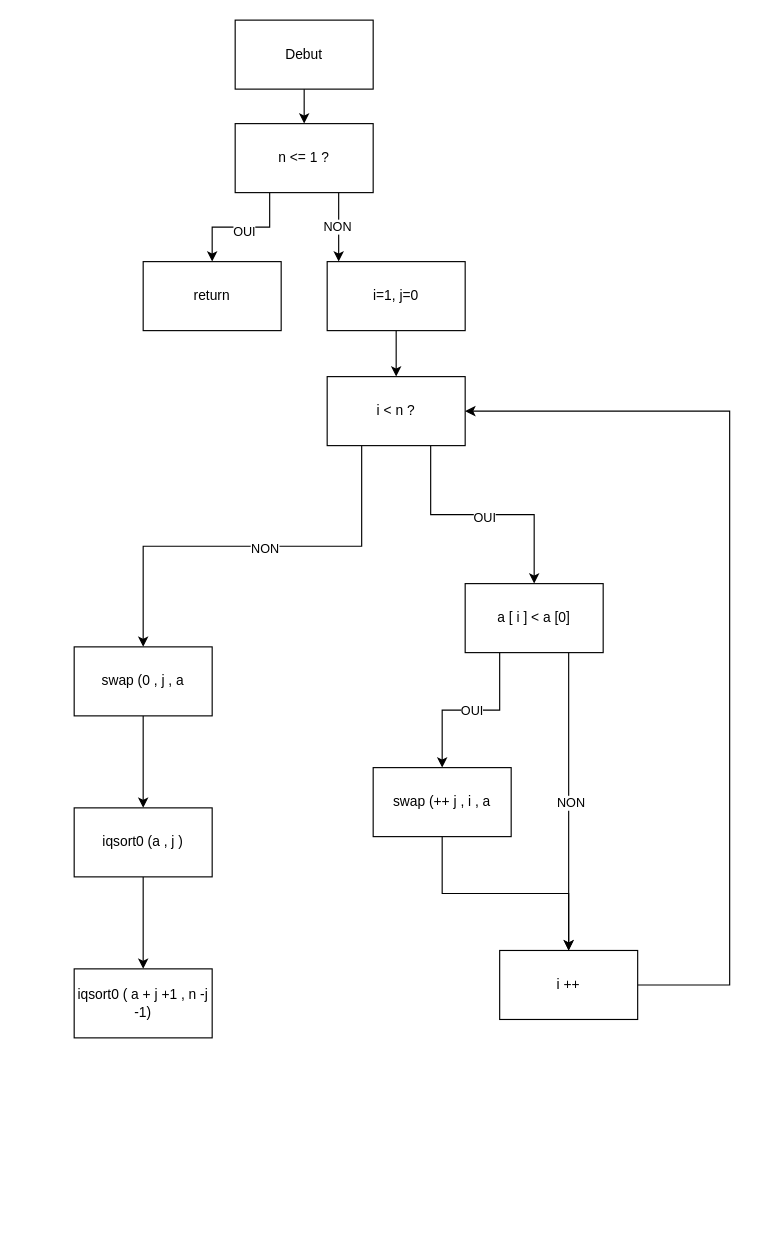
Above: CFG.drawio in AVIAS-Daphne-2326010/AVIAS-TRAN-PELLET-mesures (draw.io), before the change. Source tidied: cells renumbered, new cells numbered last; positions are measured from the earlier drawing's top-left corner, leaving out a move shared by most shapes. Both pictures are drawn from the tidied source at 115%, with x=0, y=0 at pixel (74, 20).
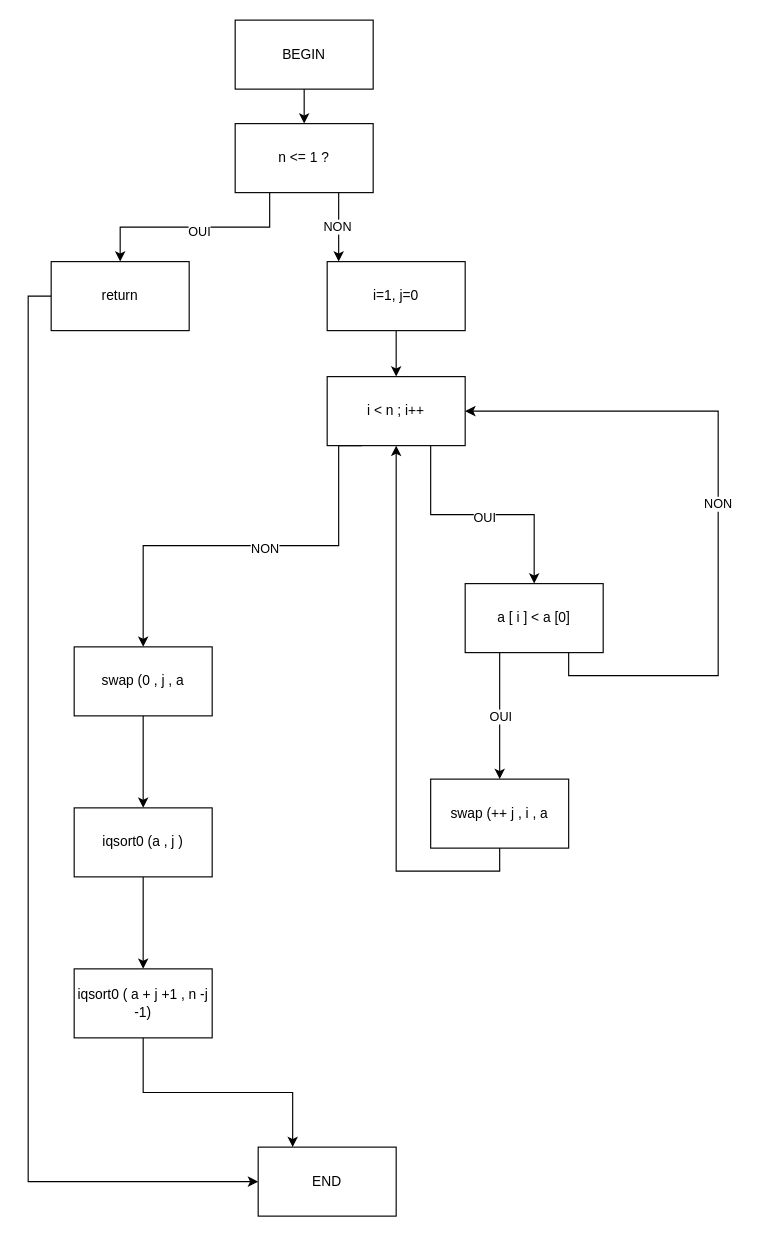
The same diagram, later.

The change refers to these unchanged cells:
```xml
<mxCell id="18" value="swap (0 , j , a " style="rounded=0;whiteSpace=wrap;html=1;" parent="1" vertex="1">
  <mxGeometry y="545" width="120" height="60" as="geometry" />
</mxCell>
<mxCell id="23" value="a [ i ] &amp;lt; a [0]" style="rounded=0;whiteSpace=wrap;html=1;" parent="1" vertex="1">
  <mxGeometry x="340" y="490" width="120" height="60" as="geometry" />
</mxCell>
<mxCell id="30" value="iqsort0 ( a + j +1 , n -j -1)" style="whiteSpace=wrap;html=1;rounded=0;" parent="1" vertex="1">
  <mxGeometry y="825" width="120" height="60" as="geometry" />
</mxCell>
```

Change to the diagram source:
```diff
@@
-    <mxCell id="2" value="Debut" style="rounded=0;whiteSpace=wrap;html=1;" parent="1" vertex="1">
+    <mxCell id="2" value="BEGIN" style="rounded=0;whiteSpace=wrap;html=1;" parent="1" vertex="1">
       <mxGeometry x="140" width="120" height="60" as="geometry" />
     </mxCell>
@@
+    <mxCell id="31" style="edgeStyle=orthogonalEdgeStyle;rounded=0;jettySize=auto;html=1;exitX=0;exitY=0.5;exitDx=0;exitDy=0;entryX=0;entryY=0.5;entryDx=0;entryDy=0;" parent="1" edge="1" source="9" target="33">
+      <mxGeometry relative="1" as="geometry" />
+    </mxCell>
     <mxCell id="9" value="return" style="whiteSpace=wrap;html=1;rounded=0;" parent="1" vertex="1">
-      <mxGeometry x="60" y="210" width="120" height="60" as="geometry" />
+      <mxGeometry x="-20" y="210" width="120" height="60" as="geometry" />
     </mxCell>
@@
     <mxCell id="12" style="edgeStyle=orthogonalEdgeStyle;rounded=0;jettySize=auto;html=1;exitX=0.25;exitY=1;exitDx=0;exitDy=0;entryX=0.5;entryY=0;entryDx=0;entryDy=0;" parent="1" edge="1" source="16" target="18">
-      <mxGeometry relative="1" as="geometry" />
+      <mxGeometry relative="1" as="geometry">
+        <Array as="points">
+          <mxPoint x="230" y="370" />
+          <mxPoint x="230" y="457" />
+          <mxPoint x="60" y="457" />
+        </Array>
+      </mxGeometry>
     </mxCell>
@@
-    <mxCell id="16" value="i &amp;lt; n ?" style="rounded=0;whiteSpace=wrap;html=1;" parent="1" vertex="1">
+    <mxCell id="16" value="i &amp;lt; n ; i++" style="rounded=0;whiteSpace=wrap;html=1;" parent="1" vertex="1">
       <mxGeometry x="220" y="310" width="120" height="60" as="geometry" />
     </mxCell>
@@
-    <mxCell id="21" style="edgeStyle=orthogonalEdgeStyle;rounded=0;jettySize=auto;html=1;exitX=0.75;exitY=1;exitDx=0;exitDy=0;" parent="1" edge="1" source="23" target="27">
-      <mxGeometry relative="1" as="geometry" />
+    <mxCell id="21" style="edgeStyle=orthogonalEdgeStyle;rounded=0;jettySize=auto;html=1;exitX=0.75;exitY=1;exitDx=0;exitDy=0;entryX=1;entryY=0.5;entryDx=0;entryDy=0;" parent="1" edge="1" source="23" target="16">
+      <mxGeometry relative="1" as="geometry">
+        <Array as="points">
+          <mxPoint x="430" y="570" />
+          <mxPoint x="560" y="570" />
+          <mxPoint x="560" y="340" />
+        </Array>
+      </mxGeometry>
     </mxCell>
@@
-    <mxCell id="24" style="edgeStyle=orthogonalEdgeStyle;rounded=0;jettySize=auto;html=1;exitX=0.5;exitY=1;exitDx=0;exitDy=0;entryX=0.5;entryY=0;entryDx=0;entryDy=0;" parent="1" edge="1" source="25" target="27">
+    <mxCell id="24" style="edgeStyle=orthogonalEdgeStyle;rounded=0;jettySize=auto;html=1;exitX=0.5;exitY=1;exitDx=0;exitDy=0;" parent="1" edge="1" source="25" target="16">
       <mxGeometry relative="1" as="geometry" />
     </mxCell>
     <mxCell id="25" value="swap (++ j , i , a " style="whiteSpace=wrap;html=1;rounded=0;" parent="1" vertex="1">
-      <mxGeometry x="260" y="650" width="120" height="60" as="geometry" />
+      <mxGeometry x="310" y="660" width="120" height="60" as="geometry" />
     </mxCell>
-    <mxCell id="26" style="edgeStyle=orthogonalEdgeStyle;rounded=0;jettySize=auto;html=1;exitX=1;exitY=0.5;exitDx=0;exitDy=0;entryX=1;entryY=0.5;entryDx=0;entryDy=0;" parent="1" edge="1" source="27" target="16">
-      <mxGeometry relative="1" as="geometry">
-        <Array as="points">
-          <mxPoint x="570" y="839" />
-          <mxPoint x="570" y="340" />
-        </Array>
-      </mxGeometry>
-    </mxCell>
-    <mxCell id="27" value="i ++" style="rounded=0;whiteSpace=wrap;html=1;" parent="1" vertex="1">
-      <mxGeometry x="370" y="809" width="120" height="60" as="geometry" />
-    </mxCell>
@@
+    <mxCell id="32" style="edgeStyle=orthogonalEdgeStyle;rounded=0;jettySize=auto;html=1;exitX=0.5;exitY=1;exitDx=0;exitDy=0;entryX=0.25;entryY=0;entryDx=0;entryDy=0;" parent="1" edge="1" source="30" target="33">
+      <mxGeometry relative="1" as="geometry" />
+    </mxCell>
@@
+    <mxCell id="33" value="END" style="whiteSpace=wrap;html=1;" parent="1" vertex="1">
+      <mxGeometry x="160" y="980" width="120" height="60" as="geometry" />
+    </mxCell>
```
